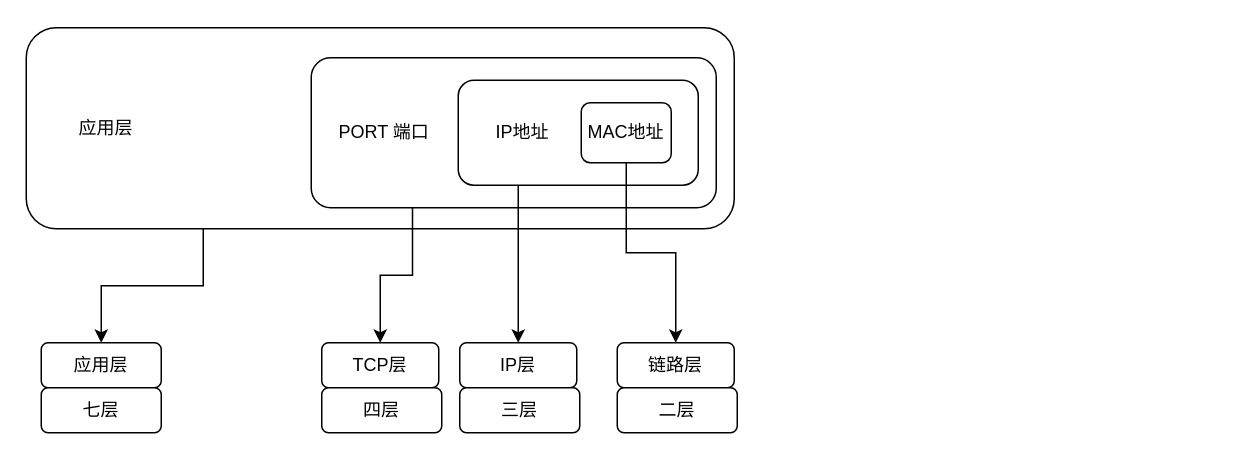
LanSeTianYe/draw keeps this draw.io diagram as network/负载均衡.drawio. Above is the earlier version. Source tidied: cells renumbered, new cells numbered last; positions are measured from the earlier drawing's top-left corner, leaving out a move shared by most shapes. Both pictures are drawn from the tidied source at 150%, with x=0, y=0 at pixel (26, 27).
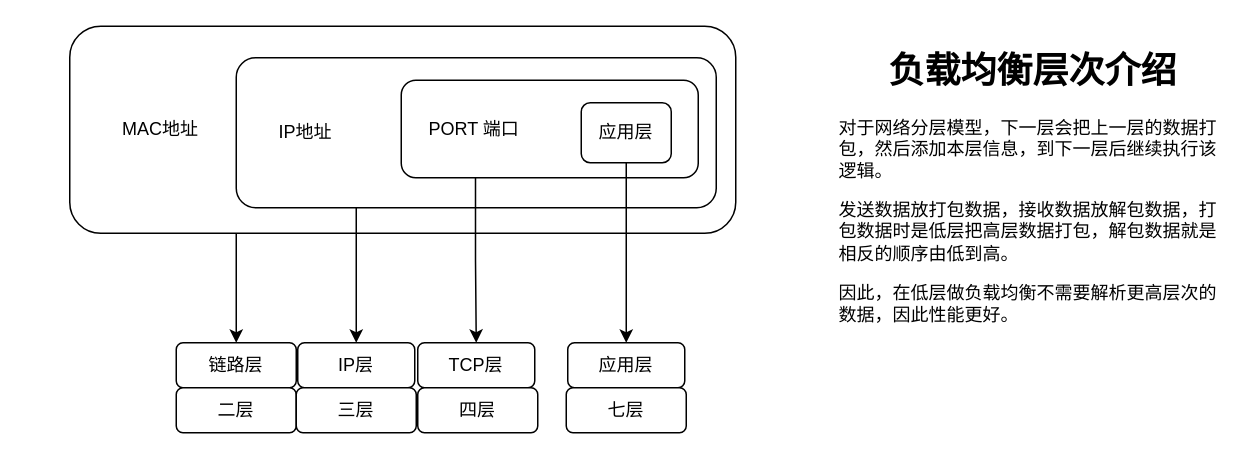
After the change.

Commit message:
更新负载均衡.drawio

The edit, as a diff of the source:
```diff
@@
 <mxGraphModel>
   <root>
     <mxCell id="0" />
     <mxCell id="1" parent="0" />
     <mxCell id="2" style="edgeStyle=orthogonalEdgeStyle;rounded=0;jettySize=auto;html=1;exitX=0.25;exitY=1;exitDx=0;exitDy=0;entryX=0.5;entryY=0;entryDx=0;entryDy=0;" parent="1" edge="1" source="3" target="13">
       <mxGeometry relative="1" as="geometry" />
     </mxCell>
-    <mxCell id="3" value="&amp;nbsp; &amp;nbsp; &amp;nbsp; &amp;nbsp; &amp;nbsp; 应用层" style="rounded=1;whiteSpace=wrap;html=1;align=left;" parent="1" vertex="1">
-      <mxGeometry width="472" height="134" as="geometry" />
+    <mxCell id="3" value="&amp;nbsp; &amp;nbsp; &amp;nbsp; &amp;nbsp; &amp;nbsp;&amp;nbsp;&lt;span style=&quot;text-align: center;&quot;&gt;MAC地址&lt;/span&gt;" style="rounded=1;whiteSpace=wrap;html=1;align=left;" parent="1" vertex="1">
+      <mxGeometry x="29" y="-1" width="444" height="138" as="geometry" />
     </mxCell>
     <mxCell id="4" style="edgeStyle=orthogonalEdgeStyle;rounded=0;jettySize=auto;html=1;exitX=0.25;exitY=1;exitDx=0;exitDy=0;entryX=0.5;entryY=0;entryDx=0;entryDy=0;" parent="1" edge="1" source="5" target="12">
       <mxGeometry relative="1" as="geometry" />
     </mxCell>
-    <mxCell id="5" value="&amp;nbsp; &amp;nbsp; &amp;nbsp;PORT 端口" style="rounded=1;whiteSpace=wrap;html=1;arcSize=13;align=left;" parent="1" vertex="1">
-      <mxGeometry x="190" y="20" width="270" height="100" as="geometry" />
+    <mxCell id="5" value="&amp;nbsp; &amp;nbsp; &amp;nbsp; &amp;nbsp; IP地址" style="rounded=1;whiteSpace=wrap;html=1;arcSize=13;align=left;" parent="1" vertex="1">
+      <mxGeometry x="140" y="20" width="320" height="100" as="geometry" />
     </mxCell>
     <mxCell id="6" style="edgeStyle=orthogonalEdgeStyle;rounded=0;jettySize=auto;html=1;exitX=0.25;exitY=1;exitDx=0;exitDy=0;entryX=0.5;entryY=0;entryDx=0;entryDy=0;" parent="1" edge="1" source="7" target="11">
       <mxGeometry relative="1" as="geometry" />
     </mxCell>
-    <mxCell id="7" value="&amp;nbsp; &amp;nbsp; &amp;nbsp; &amp;nbsp;IP地址" style="rounded=1;whiteSpace=wrap;html=1;align=left;" parent="1" vertex="1">
-      <mxGeometry x="288" y="35" width="160" height="70" as="geometry" />
+    <mxCell id="7" value="&amp;nbsp; &amp;nbsp; &amp;nbsp;PORT 端口" style="rounded=1;whiteSpace=wrap;html=1;align=left;" parent="1" vertex="1">
+      <mxGeometry x="250" y="35" width="198" height="65" as="geometry" />
     </mxCell>
     <mxCell id="8" style="edgeStyle=orthogonalEdgeStyle;rounded=0;jettySize=auto;html=1;exitX=0.5;exitY=1;exitDx=0;exitDy=0;" parent="1" edge="1" source="9" target="10">
       <mxGeometry relative="1" as="geometry" />
     </mxCell>
-    <mxCell id="9" value="MAC地址" style="rounded=1;whiteSpace=wrap;html=1;" parent="1" vertex="1">
+    <mxCell id="9" value="&lt;span style=&quot;text-align: left;&quot;&gt;应用层&lt;/span&gt;" style="rounded=1;whiteSpace=wrap;html=1;" parent="1" vertex="1">
       <mxGeometry x="370" y="50" width="60" height="40" as="geometry" />
     </mxCell>
-    <mxCell id="10" value="链路层" style="rounded=1;whiteSpace=wrap;html=1;" parent="1" vertex="1">
-      <mxGeometry x="394" y="210" width="78" height="30" as="geometry" />
+    <mxCell id="10" value="应用层" style="rounded=1;whiteSpace=wrap;html=1;" parent="1" vertex="1">
+      <mxGeometry x="361" y="210" width="78" height="30" as="geometry" />
     </mxCell>
-    <mxCell id="11" value="IP层" style="rounded=1;whiteSpace=wrap;html=1;" parent="1" vertex="1">
-      <mxGeometry x="289" y="210" width="78" height="30" as="geometry" />
+    <mxCell id="11" value="TCP层" style="rounded=1;whiteSpace=wrap;html=1;" parent="1" vertex="1">
+      <mxGeometry x="261" y="210" width="78" height="30" as="geometry" />
     </mxCell>
-    <mxCell id="12" value="TCP层" style="rounded=1;whiteSpace=wrap;html=1;" parent="1" vertex="1">
-      <mxGeometry x="197" y="210" width="78" height="30" as="geometry" />
+    <mxCell id="12" value="IP层" style="rounded=1;whiteSpace=wrap;html=1;" parent="1" vertex="1">
+      <mxGeometry x="181" y="210" width="78" height="30" as="geometry" />
     </mxCell>
-    <mxCell id="13" value="应用层" style="rounded=1;whiteSpace=wrap;html=1;" parent="1" vertex="1">
-      <mxGeometry x="10" y="210" width="80" height="30" as="geometry" />
+    <mxCell id="13" value="链路层" style="rounded=1;whiteSpace=wrap;html=1;" parent="1" vertex="1">
+      <mxGeometry x="100" y="210" width="80" height="30" as="geometry" />
     </mxCell>
-    <mxCell id="14" value="七层" style="rounded=1;whiteSpace=wrap;html=1;" parent="1" vertex="1">
-      <mxGeometry x="10" y="240" width="80" height="30" as="geometry" />
+    <mxCell id="14" value="二层" style="rounded=1;whiteSpace=wrap;html=1;" parent="1" vertex="1">
+      <mxGeometry x="100" y="240" width="80" height="30" as="geometry" />
     </mxCell>
-    <mxCell id="15" value="四层" style="rounded=1;whiteSpace=wrap;html=1;" parent="1" vertex="1">
-      <mxGeometry x="197" y="240" width="80" height="30" as="geometry" />
+    <mxCell id="15" value="三层" style="rounded=1;whiteSpace=wrap;html=1;" parent="1" vertex="1">
+      <mxGeometry x="180" y="240" width="80" height="30" as="geometry" />
     </mxCell>
-    <mxCell id="16" value="三层" style="rounded=1;whiteSpace=wrap;html=1;" parent="1" vertex="1">
-      <mxGeometry x="289" y="240" width="80" height="30" as="geometry" />
+    <mxCell id="16" value="四层" style="rounded=1;whiteSpace=wrap;html=1;" parent="1" vertex="1">
+      <mxGeometry x="261" y="240" width="80" height="30" as="geometry" />
     </mxCell>
-    <mxCell id="17" value="二层" style="rounded=1;whiteSpace=wrap;html=1;" parent="1" vertex="1">
-      <mxGeometry x="394" y="240" width="80" height="30" as="geometry" />
+    <mxCell id="17" value="七层" style="rounded=1;whiteSpace=wrap;html=1;" parent="1" vertex="1">
+      <mxGeometry x="360" y="240" width="80" height="30" as="geometry" />
     </mxCell>
+    <mxCell id="18" value="&lt;h1 style=&quot;margin-top: 0px;&quot;&gt;&amp;nbsp; &amp;nbsp; &amp;nbsp;负载均衡层次介绍&lt;/h1&gt;&lt;p&gt;对于网络分层模型，下一层会把上一层的数据打包，然后添加本层信息，到下一层后继续执行该逻辑。&lt;/p&gt;&lt;p&gt;发送数据放打包数据，接收数据放解包数据，打包数据时是低层把高层数据打包，解包数据就是相反的顺序由低到高。&lt;/p&gt;&lt;p&gt;因此，在低层做负载均衡不需要解析更高层次的数据，因此性能更好。&lt;/p&gt;" style="text;html=1;whiteSpace=wrap;overflow=hidden;rounded=0;" parent="1" vertex="1">
+      <mxGeometry x="540" y="7.5" width="260" height="252.5" as="geometry" />
+    </mxCell>
   </root>
 </mxGraphModel>
```
